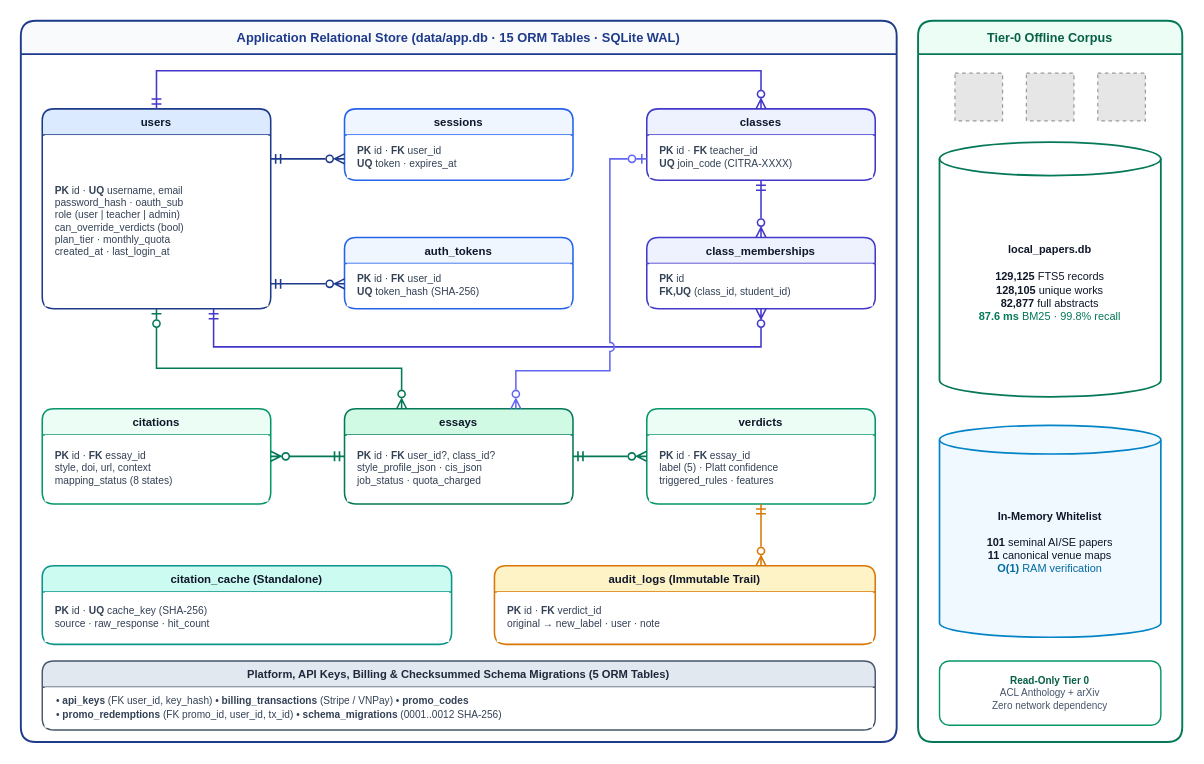
iannwendy/citra keeps this draw.io diagram as page "fig3_3_data_model" (4 of 12) of FinalReport_TDTU/picture/figures/drawio/citra_thesis_diagrams.drawio. Above is the earlier version. Source tidied: cells renumbered, new cells numbered last; positions are measured from the earlier drawing's top-left corner, leaving out a move shared by most shapes. Both pictures are drawn from the tidied source at 119%, with x=0, y=0 at pixel (20, 20). Pictures stored in the file or linked from it are replaced by grey dashed boxes.
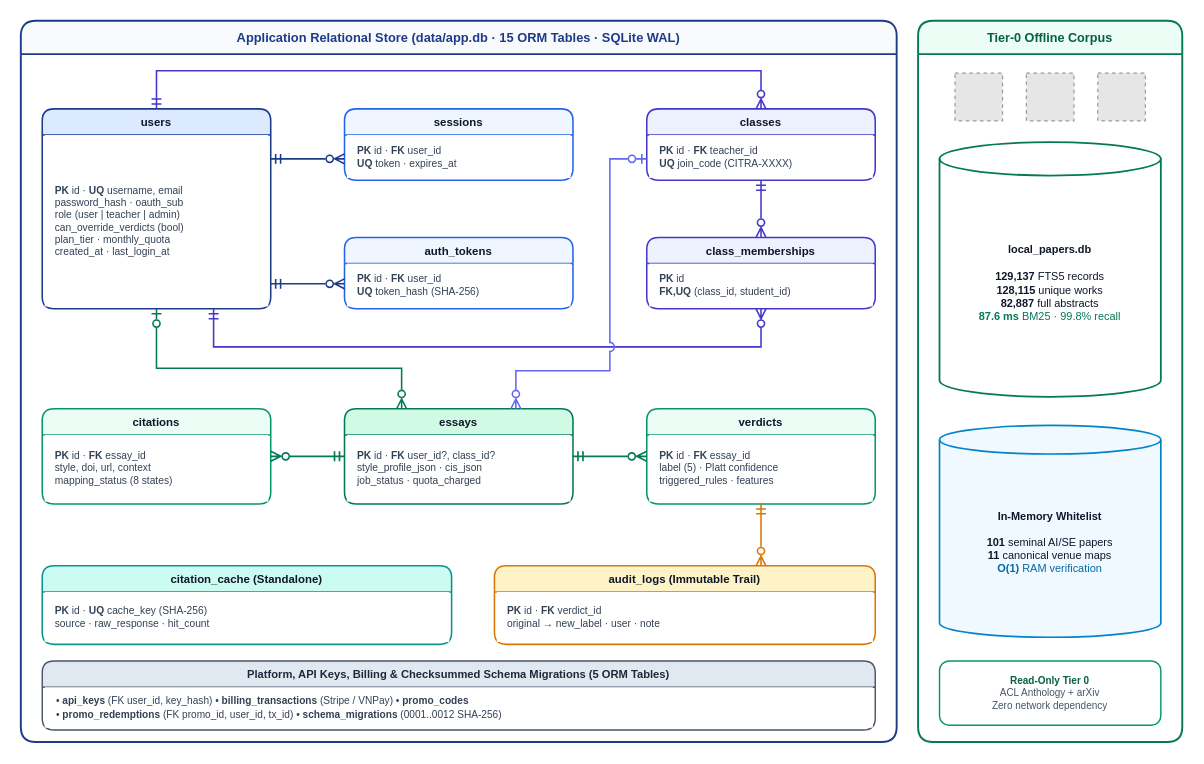
The same diagram, later.

Unchanged cells that the change refers to:
```xml
<mxCell id="35" value="&lt;b&gt;Tier-0 Offline Corpus&lt;/b&gt;" style="swimlane;startSize=28;rounded=1;fillColor=#ECFDF5;strokeColor=#047857;strokeWidth=1.6;fontSize=10.6;fontColor=#065F46;fontFamily=Helvetica;whiteSpace=wrap;html=1;" parent="1" vertex="1">
  <mxGeometry x="754" width="222" height="606" as="geometry" />
</mxCell>
```

Diff of the diagram source:
```diff
@@
-    <mxCell id="39" value="&lt;b&gt;local_papers.db&lt;/b&gt;&lt;br&gt;&lt;br&gt;&lt;b&gt;129,125&lt;/b&gt; FTS5 records&lt;br&gt;&lt;b&gt;128,105&lt;/b&gt; unique works&lt;br&gt;&lt;b&gt;82,877&lt;/b&gt; full abstracts&lt;br&gt;&lt;font color=&quot;#047857&quot;&gt;&lt;b&gt;87.6 ms&lt;/b&gt; BM25 · 99.8% recall&lt;/font&gt;" style="shape=cylinder3;boundedLbl=1;backgroundOutline=1;size=14;fillColor=#FFFFFF;strokeColor=#047857;strokeWidth=1.5;fontSize=9.2;fontColor=#0F172A;fontFamily=Helvetica;whiteSpace=wrap;html=1;" parent="35" vertex="1">
+    <mxCell id="39" value="&lt;b&gt;local_papers.db&lt;/b&gt;&lt;br&gt;&lt;br&gt;&lt;b&gt;129,137&lt;/b&gt; FTS5 records&lt;br&gt;&lt;b&gt;128,115&lt;/b&gt; unique works&lt;br&gt;&lt;b&gt;82,887&lt;/b&gt; full abstracts&lt;br&gt;&lt;font color=&quot;#047857&quot;&gt;&lt;b&gt;87.6 ms&lt;/b&gt; BM25 · 99.8% recall&lt;/font&gt;" style="shape=cylinder3;boundedLbl=1;backgroundOutline=1;size=14;fillColor=#FFFFFF;strokeColor=#047857;strokeWidth=1.5;fontSize=9.2;fontColor=#0F172A;fontFamily=Helvetica;whiteSpace=wrap;html=1;" parent="35" vertex="1">
       <mxGeometry x="18" y="102" width="186" height="214" as="geometry" />
     </mxCell>
```
